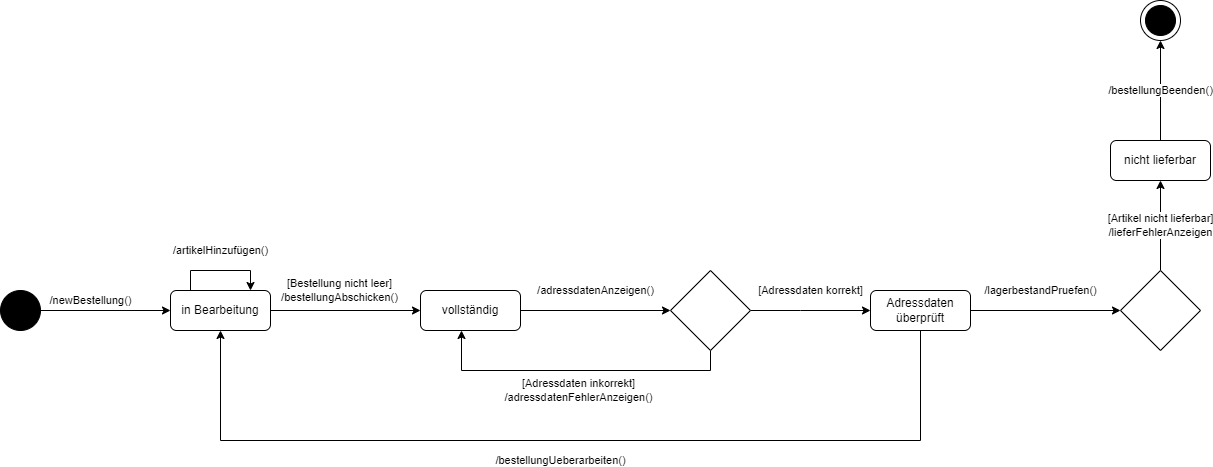
This is Übung9/Uebung9.drawio.png from jahtzee/SE_WS21, a draw.io export, as it was before one commit. Source tidied: cells renumbered, new cells last; positions are measured from the earlier drawing's top-left corner, leaving out a move shared by most shapes.
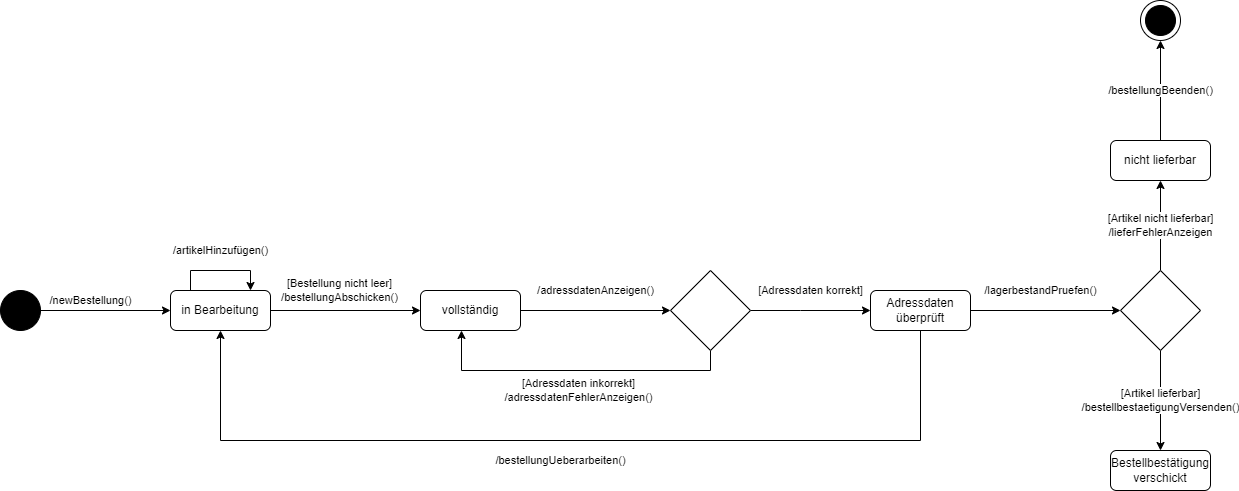
The same file after the commit.

What changed in the source:
```diff
@@ -64,6 +64,9 @@
     <mxCell id="15" value="[Artikel nicht lieferbar]&lt;br&gt;/lieferFehlerAnzeigen" style="edgeStyle=orthogonalEdgeStyle;rounded=0;jettySize=auto;html=1;" parent="1" edge="1" source="16" target="18">
       <mxGeometry relative="1" as="geometry" />
     </mxCell>
+    <mxCell id="20" value="[Artikel lieferbar]&lt;br&gt;/bestellbestaetigungVersenden()" style="edgeStyle=orthogonalEdgeStyle;rounded=0;jettySize=auto;html=1;" parent="1" edge="1" source="16" target="21">
+      <mxGeometry relative="1" as="geometry" />
+    </mxCell>
     <mxCell id="16" style="rhombus;whiteSpace=wrap;html=1;" parent="1" vertex="1">
       <mxGeometry x="1120" y="270" width="80" height="80" as="geometry" />
     </mxCell>
@@ -76,5 +79,8 @@
     <mxCell id="19" style="shape=mxgraph.sysml.actFinal;html=1;verticalLabelPosition=bottom;labelBackgroundColor=#ffffff;verticalAlign=top;" parent="1" vertex="1">
       <mxGeometry x="1140" width="40" height="40" as="geometry" />
     </mxCell>
+    <mxCell id="21" value="Bestellbestätigung verschickt" style="shape=rect;rounded=1;html=1;whiteSpace=wrap;align=center;" parent="1" vertex="1">
+      <mxGeometry x="1110" y="450" width="100" height="40" as="geometry" />
+    </mxCell>
   </root>
 </mxGraphModel>
```
